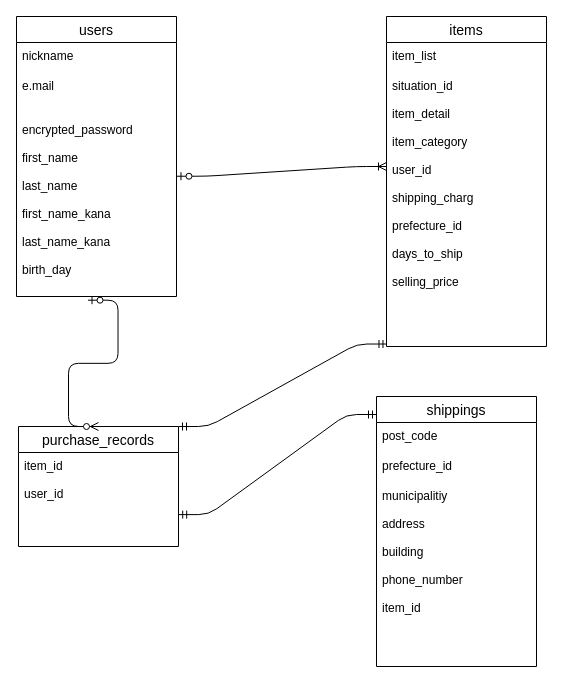
This is test.dio from isukacoffee/furima-38197, a draw.io file, before an edit. Source tidied: cells renumbered, new cells numbered last; positions are measured from the earlier drawing's top-left corner, leaving out a move shared by most shapes. Both pictures are drawn from the tidied source at 100%, with x=0, y=0 at pixel (16, 16).
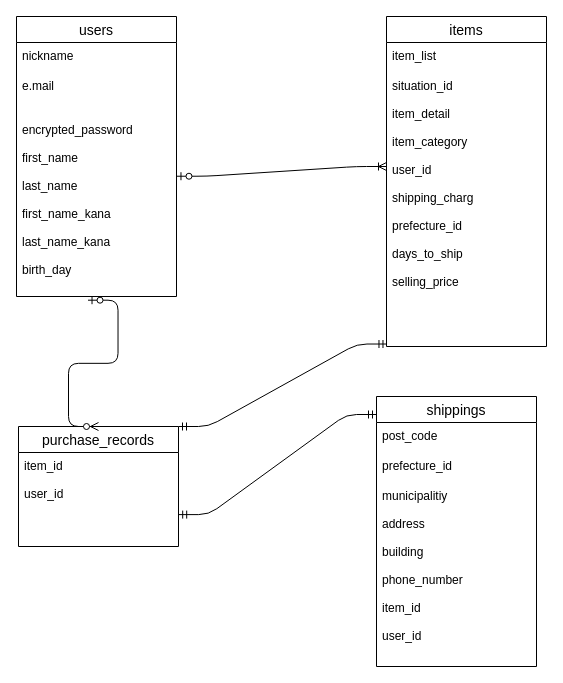
The same diagram, later.

Unchanged cells that the change refers to:
```xml
<mxCell id="11" value="shippings" style="swimlane;fontStyle=0;horizontal=1;startSize=26;align=center;fontSize=14;" parent="1" vertex="1">
  <mxGeometry x="360" y="380" width="160" height="270" as="geometry" />
</mxCell>
```

What changed in the source:
```diff
@@
-    <mxCell id="14" value="municipalitiy&#10;&#10;address&#10;&#10;building&#10;&#10;phone_number&#10;&#10;item_id&#10;" style="text;strokeColor=none;fillColor=none;spacingLeft=4;spacingRight=4;overflow=hidden;fontSize=12;" parent="11" vertex="1">
+    <mxCell id="14" value="municipalitiy&#10;&#10;address&#10;&#10;building&#10;&#10;phone_number&#10;&#10;item_id&#10;&#10;user_id&#10;" style="text;strokeColor=none;fillColor=none;spacingLeft=4;spacingRight=4;overflow=hidden;fontSize=12;" parent="11" vertex="1">
       <mxGeometry y="86" width="160" height="184" as="geometry" />
     </mxCell>
```
